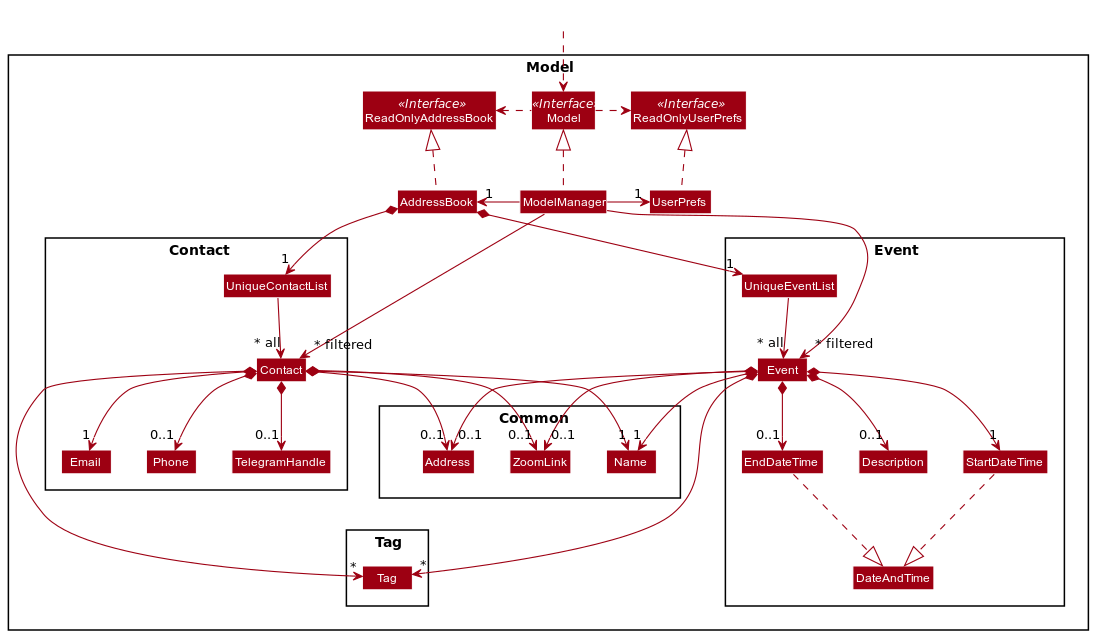
The PlantUML diagram docs/images/ModelClassDiagram.png in xiangjunn/tp, before a commit. Its source is kept beside it as docs/diagrams/ModelClassDiagram.puml.
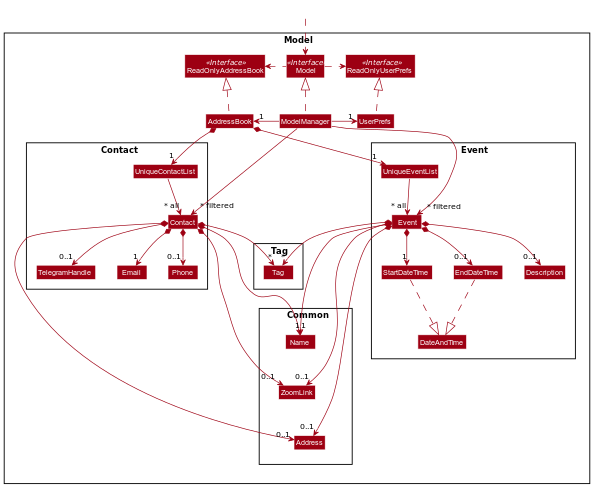
Above is the later version.

Commit message:
Edit Model UML diagram

What changed in the source:
```diff
@@ -79,7 +79,10 @@
 Event *--> "0..1" EndDateTime
 Event *--> "*" Tag
 
-Tag -up[hidden]- Common
+Tag -down[hidden]- Common
+Address -up[hidden]- Name
+Address -up[hidden]- ZoomLink
+ZoomLink -up[hidden]- Name
 
 ModelManager -->"~* filtered" Contact
 ModelManager -->"~* filtered" Event
```
